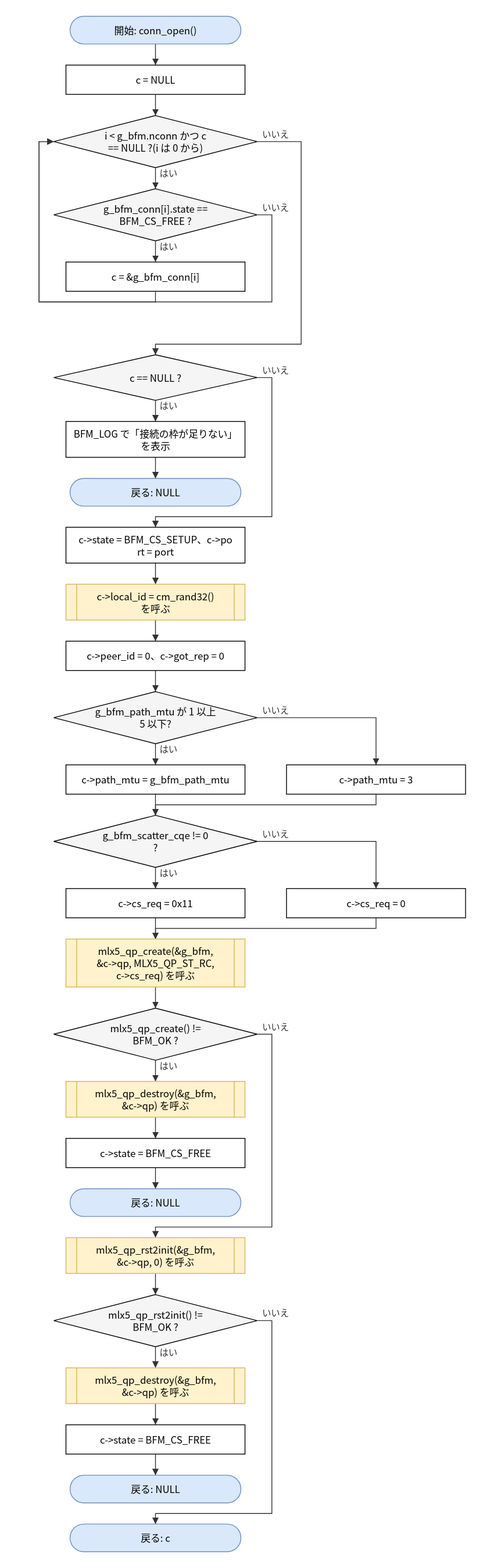
Before: doc/spec/images/flow_src_bfm_cm-conn_open.drawio.svg, a diagram exported from draw.io (hf355051012-ai/bfmem). Source tidied: cells renumbered, new cells last; positions are measured from the earlier drawing's top-left corner, leaving out a move shared by most shapes.
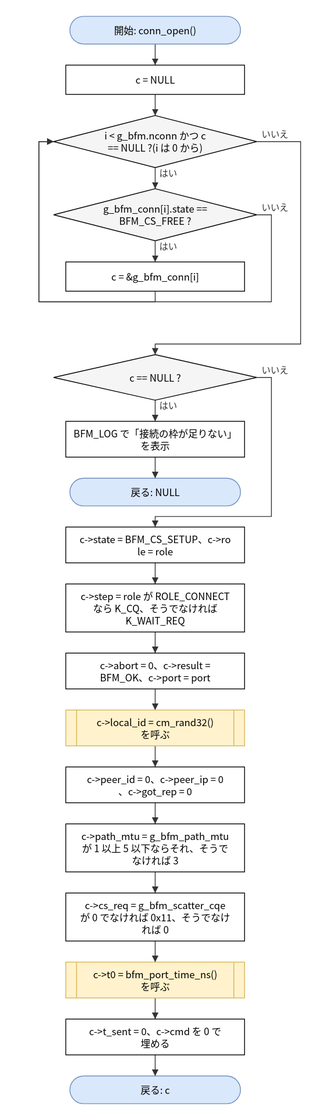
The same file after the commit.

Diff of the diagram source:
```diff
@@ -26,66 +26,36 @@
     <mxCell id="9" value="戻る: NULL" style="rounded=1;arcSize=50;whiteSpace=wrap;html=1;fillColor=#dae8fc;strokeColor=#6c8ebf;" parent="1" vertex="1">
       <mxGeometry x="38" y="568" width="210" height="34" as="geometry" />
     </mxCell>
-    <mxCell id="10" value="c-&amp;gt;state = BFM_CS_SETUP、c-&amp;gt;po&lt;br&gt;rt = port" style="rounded=0;whiteSpace=wrap;html=1;" parent="1" vertex="1">
+    <mxCell id="10" value="c-&amp;gt;state = BFM_CS_SETUP、c-&amp;gt;ro&lt;br&gt;le = role" style="rounded=0;whiteSpace=wrap;html=1;" parent="1" vertex="1">
       <mxGeometry x="33" y="628" width="220" height="44" as="geometry" />
     </mxCell>
-    <mxCell id="11" value="c-&amp;gt;local_id = cm_rand32()&lt;br&gt;を呼ぶ" style="shape=process;whiteSpace=wrap;html=1;backgroundOutline=1;size=0.06;fillColor=#fff2cc;strokeColor=#d6b656;" parent="1" vertex="1">
-      <mxGeometry x="33" y="698" width="220" height="44" as="geometry" />
+    <mxCell id="11" value="c-&amp;gt;step = role が ROLE_CONNECT&lt;br&gt;なら K_CQ、そうでなければ&lt;br&gt;K_WAIT_REQ" style="rounded=0;whiteSpace=wrap;html=1;" parent="1" vertex="1">
+      <mxGeometry x="33" y="698" width="220" height="59" as="geometry" />
     </mxCell>
-    <mxCell id="12" value="c-&amp;gt;peer_id = 0、c-&amp;gt;got_rep = 0" style="rounded=0;whiteSpace=wrap;html=1;" parent="1" vertex="1">
-      <mxGeometry x="33" y="768" width="220" height="36" as="geometry" />
+    <mxCell id="12" value="c-&amp;gt;abort = 0、c-&amp;gt;result =&lt;br&gt;BFM_OK、c-&amp;gt;port = port" style="rounded=0;whiteSpace=wrap;html=1;" parent="1" vertex="1">
+      <mxGeometry x="33" y="783" width="220" height="44" as="geometry" />
     </mxCell>
-    <mxCell id="13" value="g_bfm_path_mtu が 1 以上&lt;br&gt;5 以下?" style="rhombus;whiteSpace=wrap;html=1;fillColor=#f5f5f5;" parent="1" vertex="1">
-      <mxGeometry x="18" y="830" width="250" height="64" as="geometry" />
+    <mxCell id="13" value="c-&amp;gt;local_id = cm_rand32()&lt;br&gt;を呼ぶ" style="shape=process;whiteSpace=wrap;html=1;backgroundOutline=1;size=0.06;fillColor=#fff2cc;strokeColor=#d6b656;" parent="1" vertex="1">
+      <mxGeometry x="33" y="853" width="220" height="44" as="geometry" />
     </mxCell>
-    <mxCell id="14" value="c-&amp;gt;path_mtu = g_bfm_path_mtu" style="rounded=0;whiteSpace=wrap;html=1;" parent="1" vertex="1">
-      <mxGeometry x="33" y="920" width="220" height="36" as="geometry" />
+    <mxCell id="14" value="c-&amp;gt;peer_id = 0、c-&amp;gt;peer_ip = 0&lt;br&gt;、c-&amp;gt;got_rep = 0" style="rounded=0;whiteSpace=wrap;html=1;" parent="1" vertex="1">
+      <mxGeometry x="33" y="923" width="220" height="44" as="geometry" />
     </mxCell>
-    <mxCell id="15" value="c-&amp;gt;path_mtu = 3" style="rounded=0;whiteSpace=wrap;html=1;" parent="1" vertex="1">
-      <mxGeometry x="304" y="920" width="220" height="36" as="geometry" />
+    <mxCell id="15" value="c-&amp;gt;path_mtu = g_bfm_path_mtu&lt;br&gt;が 1 以上 5 以下ならそれ、そうで&lt;br&gt;なければ 3" style="rounded=0;whiteSpace=wrap;html=1;" parent="1" vertex="1">
+      <mxGeometry x="33" y="993" width="220" height="59" as="geometry" />
     </mxCell>
-    <mxCell id="16" value="g_bfm_scatter_cqe != 0&lt;br&gt;?" style="rhombus;whiteSpace=wrap;html=1;fillColor=#f5f5f5;" parent="1" vertex="1">
-      <mxGeometry x="18" y="982" width="250" height="64" as="geometry" />
+    <mxCell id="16" value="c-&amp;gt;cs_req = g_bfm_scatter_cqe&lt;br&gt;が 0 でなければ 0x11、そうでなけ&lt;br&gt;れば 0" style="rounded=0;whiteSpace=wrap;html=1;" parent="1" vertex="1">
+      <mxGeometry x="33" y="1078" width="220" height="59" as="geometry" />
     </mxCell>
-    <mxCell id="17" value="c-&amp;gt;cs_req = 0x11" style="rounded=0;whiteSpace=wrap;html=1;" parent="1" vertex="1">
-      <mxGeometry x="33" y="1072" width="220" height="36" as="geometry" />
+    <mxCell id="17" value="c-&amp;gt;t0 = bfm_port_time_ns()&lt;br&gt;を呼ぶ" style="shape=process;whiteSpace=wrap;html=1;backgroundOutline=1;size=0.06;fillColor=#fff2cc;strokeColor=#d6b656;" parent="1" vertex="1">
+      <mxGeometry x="33" y="1163" width="220" height="44" as="geometry" />
     </mxCell>
-    <mxCell id="18" value="c-&amp;gt;cs_req = 0" style="rounded=0;whiteSpace=wrap;html=1;" parent="1" vertex="1">
-      <mxGeometry x="304" y="1072" width="220" height="36" as="geometry" />
+    <mxCell id="18" value="c-&amp;gt;t_sent = 0、c-&amp;gt;cmd を 0 で&lt;br&gt;埋める" style="rounded=0;whiteSpace=wrap;html=1;" parent="1" vertex="1">
+      <mxGeometry x="33" y="1233" width="220" height="44" as="geometry" />
     </mxCell>
-    <mxCell id="19" value="mlx5_qp_create(&amp;amp;g_bfm,&lt;br&gt;&amp;amp;c-&amp;gt;qp, MLX5_QP_ST_RC,&lt;br&gt;c-&amp;gt;cs_req) を呼ぶ" style="shape=process;whiteSpace=wrap;html=1;backgroundOutline=1;size=0.06;fillColor=#fff2cc;strokeColor=#d6b656;" parent="1" vertex="1">
-      <mxGeometry x="33" y="1134" width="220" height="59" as="geometry" />
+    <mxCell id="19" value="戻る: c" style="rounded=1;arcSize=50;whiteSpace=wrap;html=1;fillColor=#dae8fc;strokeColor=#6c8ebf;" parent="1" vertex="1">
+      <mxGeometry x="38" y="1303" width="210" height="34" as="geometry" />
     </mxCell>
-    <mxCell id="20" value="mlx5_qp_create() !=&lt;br&gt;BFM_OK ?" style="rhombus;whiteSpace=wrap;html=1;fillColor=#f5f5f5;" parent="1" vertex="1">
-      <mxGeometry x="18" y="1219" width="250" height="64" as="geometry" />
-    </mxCell>
-    <mxCell id="21" value="mlx5_qp_destroy(&amp;amp;g_bfm,&lt;br&gt;&amp;amp;c-&amp;gt;qp) を呼ぶ" style="shape=process;whiteSpace=wrap;html=1;backgroundOutline=1;size=0.06;fillColor=#fff2cc;strokeColor=#d6b656;" parent="1" vertex="1">
-      <mxGeometry x="33" y="1309" width="220" height="44" as="geometry" />
-    </mxCell>
-    <mxCell id="22" value="c-&amp;gt;state = BFM_CS_FREE" style="rounded=0;whiteSpace=wrap;html=1;" parent="1" vertex="1">
-      <mxGeometry x="33" y="1379" width="220" height="36" as="geometry" />
-    </mxCell>
-    <mxCell id="23" value="戻る: NULL" style="rounded=1;arcSize=50;whiteSpace=wrap;html=1;fillColor=#dae8fc;strokeColor=#6c8ebf;" parent="1" vertex="1">
-      <mxGeometry x="38" y="1441" width="210" height="34" as="geometry" />
-    </mxCell>
-    <mxCell id="24" value="mlx5_qp_rst2init(&amp;amp;g_bfm,&lt;br&gt;&amp;amp;c-&amp;gt;qp, 0) を呼ぶ" style="shape=process;whiteSpace=wrap;html=1;backgroundOutline=1;size=0.06;fillColor=#fff2cc;strokeColor=#d6b656;" parent="1" vertex="1">
-      <mxGeometry x="33" y="1501" width="220" height="44" as="geometry" />
-    </mxCell>
-    <mxCell id="25" value="mlx5_qp_rst2init() !=&lt;br&gt;BFM_OK ?" style="rhombus;whiteSpace=wrap;html=1;fillColor=#f5f5f5;" parent="1" vertex="1">
-      <mxGeometry x="18" y="1571" width="250" height="64" as="geometry" />
-    </mxCell>
-    <mxCell id="26" value="mlx5_qp_destroy(&amp;amp;g_bfm,&lt;br&gt;&amp;amp;c-&amp;gt;qp) を呼ぶ" style="shape=process;whiteSpace=wrap;html=1;backgroundOutline=1;size=0.06;fillColor=#fff2cc;strokeColor=#d6b656;" parent="1" vertex="1">
-      <mxGeometry x="33" y="1661" width="220" height="44" as="geometry" />
-    </mxCell>
-    <mxCell id="27" value="c-&amp;gt;state = BFM_CS_FREE" style="rounded=0;whiteSpace=wrap;html=1;" parent="1" vertex="1">
-      <mxGeometry x="33" y="1731" width="220" height="36" as="geometry" />
-    </mxCell>
-    <mxCell id="28" value="戻る: NULL" style="rounded=1;arcSize=50;whiteSpace=wrap;html=1;fillColor=#dae8fc;strokeColor=#6c8ebf;" parent="1" vertex="1">
-      <mxGeometry x="38" y="1793" width="210" height="34" as="geometry" />
-    </mxCell>
-    <mxCell id="29" value="戻る: c" style="rounded=1;arcSize=50;whiteSpace=wrap;html=1;fillColor=#dae8fc;strokeColor=#6c8ebf;" parent="1" vertex="1">
-      <mxGeometry x="38" y="1853" width="210" height="34" as="geometry" />
-    </mxCell>
     <mxCell id="30" style="edgeStyle=none;html=1;rounded=0;endArrow=block;endFill=1;exitX=0.5000;exitY=1.0000;exitDx=0;exitDy=0;exitPerimeter=0;entryX=0.5000;entryY=0.0000;entryDx=0;entryDy=0;entryPerimeter=0;" parent="1" edge="1" source="2" target="3">
       <mxGeometry relative="1" as="geometry" />
     </mxCell>
@@ -150,89 +120,23 @@
     <mxCell id="42" style="edgeStyle=none;html=1;rounded=0;endArrow=block;endFill=1;exitX=0.5000;exitY=1.0000;exitDx=0;exitDy=0;exitPerimeter=0;entryX=0.5000;entryY=0.0000;entryDx=0;entryDy=0;entryPerimeter=0;" parent="1" edge="1" source="12" target="13">
       <mxGeometry relative="1" as="geometry" />
     </mxCell>
-    <mxCell id="43" value="はい" style="edgeStyle=none;html=1;rounded=0;endArrow=block;endFill=1;exitX=0.5000;exitY=1.0000;exitDx=0;exitDy=0;exitPerimeter=0;entryX=0.5000;entryY=0.0000;entryDx=0;entryDy=0;entryPerimeter=0;" parent="1" edge="1" source="13" target="14">
+    <mxCell id="43" style="edgeStyle=none;html=1;rounded=0;endArrow=block;endFill=1;exitX=0.5000;exitY=1.0000;exitDx=0;exitDy=0;exitPerimeter=0;entryX=0.5000;entryY=0.0000;entryDx=0;entryDy=0;entryPerimeter=0;" parent="1" edge="1" source="13" target="14">
       <mxGeometry relative="1" as="geometry" />
     </mxCell>
-    <mxCell id="44" value="いいえ" style="edgeStyle=none;html=1;rounded=0;endArrow=block;endFill=1;exitX=1.0000;exitY=0.5000;exitDx=0;exitDy=0;exitPerimeter=0;entryX=0.5000;entryY=0.0000;entryDx=0;entryDy=0;entryPerimeter=0;" parent="1" edge="1" source="13" target="15">
-      <mxGeometry relative="1" as="geometry">
-        <Array as="points">
-          <mxPoint x="414" y="862" />
-        </Array>
-      </mxGeometry>
+    <mxCell id="44" style="edgeStyle=none;html=1;rounded=0;endArrow=block;endFill=1;exitX=0.5000;exitY=1.0000;exitDx=0;exitDy=0;exitPerimeter=0;entryX=0.5000;entryY=0.0000;entryDx=0;entryDy=0;entryPerimeter=0;" parent="1" edge="1" source="14" target="15">
+      <mxGeometry relative="1" as="geometry" />
     </mxCell>
-    <mxCell id="45" style="edgeStyle=none;html=1;rounded=0;endArrow=block;endFill=1;exitX=0.5000;exitY=1.0000;exitDx=0;exitDy=0;exitPerimeter=0;entryX=0.5000;entryY=0.0000;entryDx=0;entryDy=0;entryPerimeter=0;" parent="1" edge="1" source="14" target="16">
+    <mxCell id="45" style="edgeStyle=none;html=1;rounded=0;endArrow=block;endFill=1;exitX=0.5000;exitY=1.0000;exitDx=0;exitDy=0;exitPerimeter=0;entryX=0.5000;entryY=0.0000;entryDx=0;entryDy=0;entryPerimeter=0;" parent="1" edge="1" source="15" target="16">
       <mxGeometry relative="1" as="geometry" />
     </mxCell>
-    <mxCell id="46" style="edgeStyle=none;html=1;rounded=0;endArrow=block;endFill=1;exitX=0.5000;exitY=1.0000;exitDx=0;exitDy=0;exitPerimeter=0;entryX=0.5000;entryY=0.0000;entryDx=0;entryDy=0;entryPerimeter=0;" parent="1" edge="1" source="15" target="16">
-      <mxGeometry relative="1" as="geometry">
-        <Array as="points">
-          <mxPoint x="414" y="969" />
-          <mxPoint x="143" y="969" />
-        </Array>
-      </mxGeometry>
+    <mxCell id="46" style="edgeStyle=none;html=1;rounded=0;endArrow=block;endFill=1;exitX=0.5000;exitY=1.0000;exitDx=0;exitDy=0;exitPerimeter=0;entryX=0.5000;entryY=0.0000;entryDx=0;entryDy=0;entryPerimeter=0;" parent="1" edge="1" source="16" target="17">
+      <mxGeometry relative="1" as="geometry" />
     </mxCell>
-    <mxCell id="47" value="はい" style="edgeStyle=none;html=1;rounded=0;endArrow=block;endFill=1;exitX=0.5000;exitY=1.0000;exitDx=0;exitDy=0;exitPerimeter=0;entryX=0.5000;entryY=0.0000;entryDx=0;entryDy=0;entryPerimeter=0;" parent="1" edge="1" source="16" target="17">
+    <mxCell id="47" style="edgeStyle=none;html=1;rounded=0;endArrow=block;endFill=1;exitX=0.5000;exitY=1.0000;exitDx=0;exitDy=0;exitPerimeter=0;entryX=0.5000;entryY=0.0000;entryDx=0;entryDy=0;entryPerimeter=0;" parent="1" edge="1" source="17" target="18">
       <mxGeometry relative="1" as="geometry" />
     </mxCell>
-    <mxCell id="48" value="いいえ" style="edgeStyle=none;html=1;rounded=0;endArrow=block;endFill=1;exitX=1.0000;exitY=0.5000;exitDx=0;exitDy=0;exitPerimeter=0;entryX=0.5000;entryY=0.0000;entryDx=0;entryDy=0;entryPerimeter=0;" parent="1" edge="1" source="16" target="18">
-      <mxGeometry relative="1" as="geometry">
-        <Array as="points">
-          <mxPoint x="414" y="1014" />
-        </Array>
-      </mxGeometry>
+    <mxCell id="48" style="edgeStyle=none;html=1;rounded=0;endArrow=block;endFill=1;exitX=0.5000;exitY=1.0000;exitDx=0;exitDy=0;exitPerimeter=0;entryX=0.5000;entryY=0.0000;entryDx=0;entryDy=0;entryPerimeter=0;" parent="1" edge="1" source="18" target="19">
+      <mxGeometry relative="1" as="geometry" />
     </mxCell>
-    <mxCell id="49" style="edgeStyle=none;html=1;rounded=0;endArrow=block;endFill=1;exitX=0.5000;exitY=1.0000;exitDx=0;exitDy=0;exitPerimeter=0;entryX=0.5000;entryY=0.0000;entryDx=0;entryDy=0;entryPerimeter=0;" parent="1" edge="1" source="17" target="19">
-      <mxGeometry relative="1" as="geometry" />
-    </mxCell>
-    <mxCell id="50" style="edgeStyle=none;html=1;rounded=0;endArrow=block;endFill=1;exitX=0.5000;exitY=1.0000;exitDx=0;exitDy=0;exitPerimeter=0;entryX=0.5000;entryY=0.0000;entryDx=0;entryDy=0;entryPerimeter=0;" parent="1" edge="1" source="18" target="19">
-      <mxGeometry relative="1" as="geometry">
-        <Array as="points">
-          <mxPoint x="414" y="1121" />
-          <mxPoint x="143" y="1121" />
-        </Array>
-      </mxGeometry>
-    </mxCell>
-    <mxCell id="51" style="edgeStyle=none;html=1;rounded=0;endArrow=block;endFill=1;exitX=0.5000;exitY=1.0000;exitDx=0;exitDy=0;exitPerimeter=0;entryX=0.5000;entryY=0.0000;entryDx=0;entryDy=0;entryPerimeter=0;" parent="1" edge="1" source="19" target="20">
-      <mxGeometry relative="1" as="geometry" />
-    </mxCell>
-    <mxCell id="52" value="はい" style="edgeStyle=none;html=1;rounded=0;endArrow=block;endFill=1;exitX=0.5000;exitY=1.0000;exitDx=0;exitDy=0;exitPerimeter=0;entryX=0.5000;entryY=0.0000;entryDx=0;entryDy=0;entryPerimeter=0;" parent="1" edge="1" source="20" target="21">
-      <mxGeometry relative="1" as="geometry" />
-    </mxCell>
-    <mxCell id="53" style="edgeStyle=none;html=1;rounded=0;endArrow=block;endFill=1;exitX=0.5000;exitY=1.0000;exitDx=0;exitDy=0;exitPerimeter=0;entryX=0.5000;entryY=0.0000;entryDx=0;entryDy=0;entryPerimeter=0;" parent="1" edge="1" source="21" target="22">
-      <mxGeometry relative="1" as="geometry" />
-    </mxCell>
-    <mxCell id="54" style="edgeStyle=none;html=1;rounded=0;endArrow=block;endFill=1;exitX=0.5000;exitY=1.0000;exitDx=0;exitDy=0;exitPerimeter=0;entryX=0.5000;entryY=0.0000;entryDx=0;entryDy=0;entryPerimeter=0;" parent="1" edge="1" source="22" target="23">
-      <mxGeometry relative="1" as="geometry" />
-    </mxCell>
-    <mxCell id="55" value="いいえ" style="edgeStyle=none;html=1;rounded=0;endArrow=block;endFill=1;exitX=1.0000;exitY=0.5000;exitDx=0;exitDy=0;exitPerimeter=0;entryX=0.5000;entryY=0.0000;entryDx=0;entryDy=0;entryPerimeter=0;" parent="1" edge="1" source="20" target="24">
-      <mxGeometry relative="1" as="geometry">
-        <Array as="points">
-          <mxPoint x="286" y="1251" />
-          <mxPoint x="286" y="1488" />
-          <mxPoint x="143" y="1488" />
-        </Array>
-      </mxGeometry>
-    </mxCell>
-    <mxCell id="56" style="edgeStyle=none;html=1;rounded=0;endArrow=block;endFill=1;exitX=0.5000;exitY=1.0000;exitDx=0;exitDy=0;exitPerimeter=0;entryX=0.5000;entryY=0.0000;entryDx=0;entryDy=0;entryPerimeter=0;" parent="1" edge="1" source="24" target="25">
-      <mxGeometry relative="1" as="geometry" />
-    </mxCell>
-    <mxCell id="57" value="はい" style="edgeStyle=none;html=1;rounded=0;endArrow=block;endFill=1;exitX=0.5000;exitY=1.0000;exitDx=0;exitDy=0;exitPerimeter=0;entryX=0.5000;entryY=0.0000;entryDx=0;entryDy=0;entryPerimeter=0;" parent="1" edge="1" source="25" target="26">
-      <mxGeometry relative="1" as="geometry" />
-    </mxCell>
-    <mxCell id="58" style="edgeStyle=none;html=1;rounded=0;endArrow=block;endFill=1;exitX=0.5000;exitY=1.0000;exitDx=0;exitDy=0;exitPerimeter=0;entryX=0.5000;entryY=0.0000;entryDx=0;entryDy=0;entryPerimeter=0;" parent="1" edge="1" source="26" target="27">
-      <mxGeometry relative="1" as="geometry" />
-    </mxCell>
-    <mxCell id="59" style="edgeStyle=none;html=1;rounded=0;endArrow=block;endFill=1;exitX=0.5000;exitY=1.0000;exitDx=0;exitDy=0;exitPerimeter=0;entryX=0.5000;entryY=0.0000;entryDx=0;entryDy=0;entryPerimeter=0;" parent="1" edge="1" source="27" target="28">
-      <mxGeometry relative="1" as="geometry" />
-    </mxCell>
-    <mxCell id="60" value="いいえ" style="edgeStyle=none;html=1;rounded=0;endArrow=block;endFill=1;exitX=1.0000;exitY=0.5000;exitDx=0;exitDy=0;exitPerimeter=0;entryX=0.5000;entryY=0.0000;entryDx=0;entryDy=0;entryPerimeter=0;" parent="1" edge="1" source="25" target="29">
-      <mxGeometry relative="1" as="geometry">
-        <Array as="points">
-          <mxPoint x="286" y="1603" />
-          <mxPoint x="286" y="1840" />
-          <mxPoint x="143" y="1840" />
-        </Array>
-      </mxGeometry>
-    </mxCell>
   </root>
 </mxGraphModel>
```
